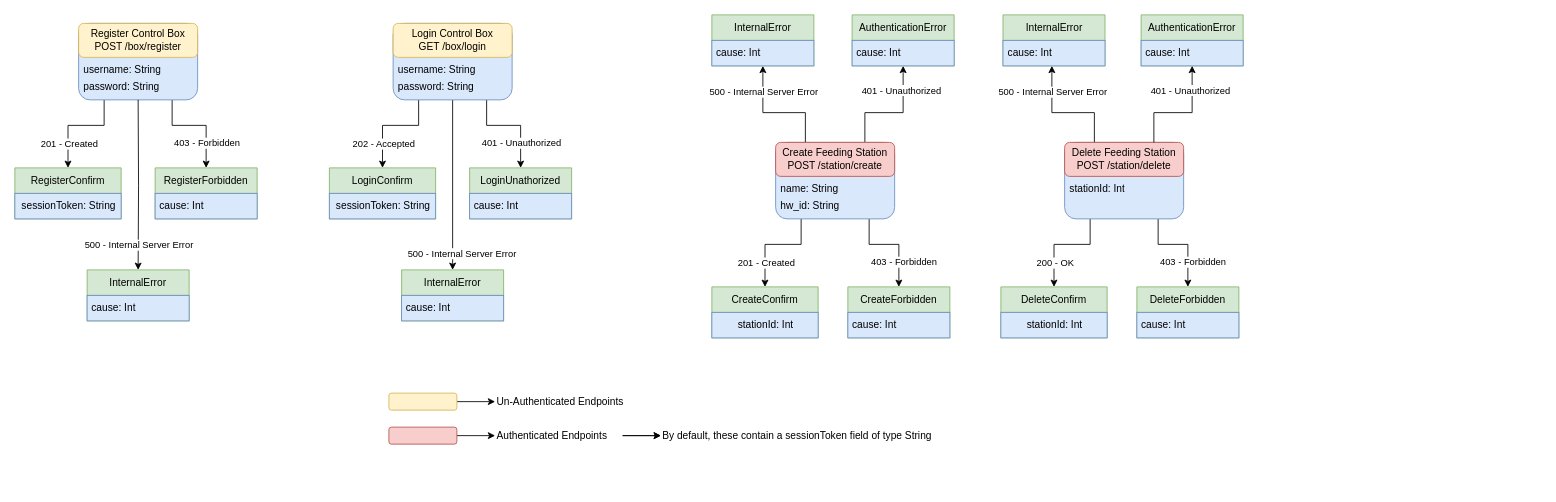
The draw.io diagram page "Page-2" (2 of 2) of Spec/Rest.drawio in Ner027/MooFeeder, before the edit. Source tidied: cells renumbered, new cells numbered last; positions are measured from the earlier drawing's top-left corner, leaving out a move shared by most shapes. Both pictures are drawn from the tidied source at 85%, with x=0, y=0 at pixel (14, 14).
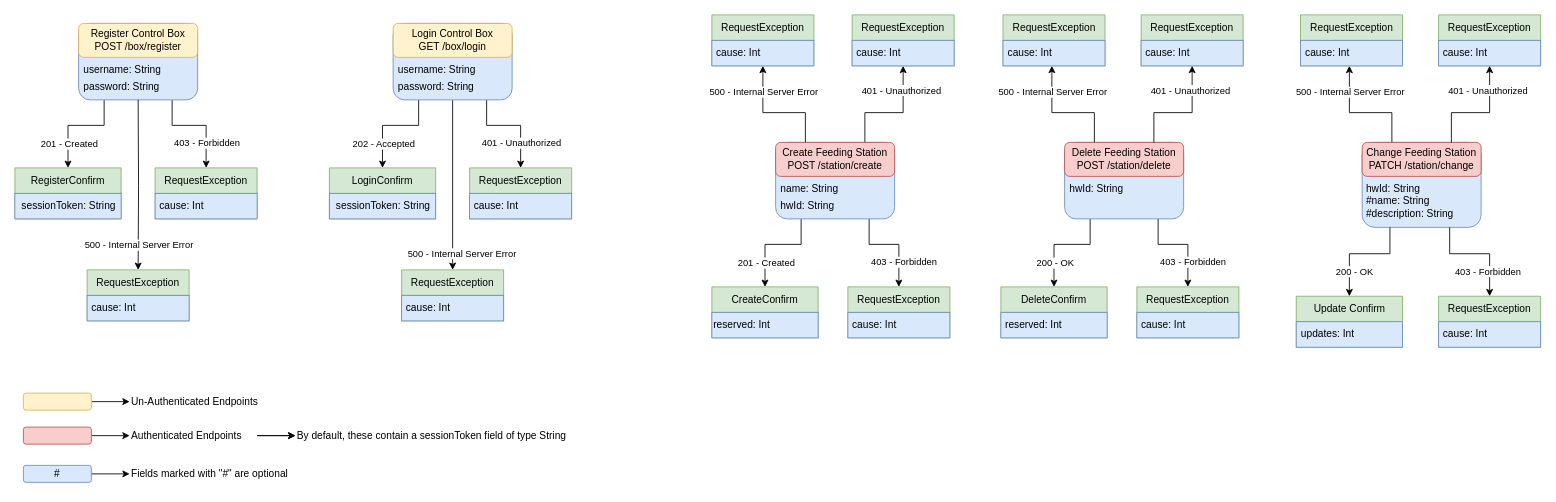
The same page after the edit.

Unchanged cells that the change refers to:
```xml
<mxCell id="33" value="CreateConfirm" style="swimlane;fontStyle=0;horizontal=1;startSize=30;whiteSpace=wrap;html=1;fillColor=#d5e8d4;strokeColor=#82b366;" parent="1" vertex="1">
  <mxGeometry x="820" y="320" width="125" height="60" as="geometry" />
</mxCell>
<mxCell id="54" value="DeleteConfirm" style="swimlane;fontStyle=0;horizontal=1;startSize=30;whiteSpace=wrap;html=1;fillColor=#d5e8d4;strokeColor=#82b366;" parent="1" vertex="1">
  <mxGeometry x="1160" y="320" width="125" height="60" as="geometry" />
</mxCell>
```

Change to the diagram source:
```diff
@@
-    <mxCell id="11" value="RegisterForbidden" style="swimlane;fontStyle=0;horizontal=1;startSize=30;whiteSpace=wrap;html=1;fillColor=#d5e8d4;strokeColor=#82b366;" parent="1" vertex="1">
+    <mxCell id="11" value="RequestException" style="swimlane;fontStyle=0;horizontal=1;startSize=30;whiteSpace=wrap;html=1;fillColor=#d5e8d4;strokeColor=#82b366;" parent="1" vertex="1">
       <mxGeometry x="165" y="180" width="120" height="60" as="geometry" />
     </mxCell>
@@
-    <mxCell id="24" value="LoginUnathorized" style="swimlane;fontStyle=0;horizontal=1;startSize=30;whiteSpace=wrap;html=1;fillColor=#d5e8d4;strokeColor=#82b366;" parent="1" vertex="1">
+    <mxCell id="24" value="RequestException" style="swimlane;fontStyle=0;horizontal=1;startSize=30;whiteSpace=wrap;html=1;fillColor=#d5e8d4;strokeColor=#82b366;" parent="1" vertex="1">
       <mxGeometry x="535" y="180" width="120" height="60" as="geometry" />
     </mxCell>
@@
-    <mxCell id="27" value="InternalError" style="swimlane;fontStyle=0;horizontal=1;startSize=30;whiteSpace=wrap;html=1;fillColor=#d5e8d4;strokeColor=#82b366;" parent="1" vertex="1">
+    <mxCell id="27" value="RequestException" style="swimlane;fontStyle=0;horizontal=1;startSize=30;whiteSpace=wrap;html=1;fillColor=#d5e8d4;strokeColor=#82b366;" parent="1" vertex="1">
       <mxGeometry x="455" y="300" width="120" height="60" as="geometry" />
     </mxCell>
@@
-    <mxCell id="31" value="InternalError" style="swimlane;fontStyle=0;horizontal=1;startSize=30;whiteSpace=wrap;html=1;fillColor=#d5e8d4;strokeColor=#82b366;" parent="1" vertex="1">
+    <mxCell id="31" value="RequestException" style="swimlane;fontStyle=0;horizontal=1;startSize=30;whiteSpace=wrap;html=1;fillColor=#d5e8d4;strokeColor=#82b366;" parent="1" vertex="1">
       <mxGeometry x="85" y="300" width="120" height="60" as="geometry" />
     </mxCell>
@@
-    <mxCell id="34" value="stationId: Int" style="text;html=1;align=center;verticalAlign=middle;strokeColor=#6c8ebf;fillColor=#dae8fc;" parent="33" vertex="1">
-      <mxGeometry y="30" width="125" height="30" as="geometry" />
-    </mxCell>
+    <mxCell id="82" value="reserved: Int" style="text;html=1;align=left;verticalAlign=middle;strokeColor=#6c8ebf;fillColor=#dae8fc;" parent="33" vertex="1">
+      <mxGeometry y="30" width="125" height="30" as="geometry" />
+    </mxCell>
@@
-    <mxCell id="45" value="hw_id: String" style="text;strokeColor=none;fillColor=none;align=left;verticalAlign=middle;spacingLeft=4;spacingRight=4;overflow=hidden;whiteSpace=wrap;html=1;" parent="1" vertex="1">
+    <mxCell id="45" value="hwId: String" style="text;strokeColor=none;fillColor=none;align=left;verticalAlign=middle;spacingLeft=4;spacingRight=4;overflow=hidden;whiteSpace=wrap;html=1;" parent="1" vertex="1">
       <mxGeometry x="895" y="210" width="120" height="30" as="geometry" />
     </mxCell>
-    <mxCell id="46" value="CreateForbidden" style="swimlane;fontStyle=0;horizontal=1;startSize=30;whiteSpace=wrap;html=1;fillColor=#d5e8d4;strokeColor=#82b366;" parent="1" vertex="1">
+    <mxCell id="46" value="RequestException" style="swimlane;fontStyle=0;horizontal=1;startSize=30;whiteSpace=wrap;html=1;fillColor=#d5e8d4;strokeColor=#82b366;" parent="1" vertex="1">
       <mxGeometry x="980" y="320" width="120" height="60" as="geometry" />
     </mxCell>
@@
-    <mxCell id="49" value="InternalError" style="swimlane;fontStyle=0;horizontal=1;startSize=30;whiteSpace=wrap;html=1;fillColor=#d5e8d4;strokeColor=#82b366;" parent="1" vertex="1">
+    <mxCell id="49" value="RequestException" style="swimlane;fontStyle=0;horizontal=1;startSize=30;whiteSpace=wrap;html=1;fillColor=#d5e8d4;strokeColor=#82b366;" parent="1" vertex="1">
       <mxGeometry x="820" width="120" height="60" as="geometry" />
     </mxCell>
@@
-    <mxCell id="51" value="AuthenticationError" style="swimlane;fontStyle=0;horizontal=1;startSize=30;whiteSpace=wrap;html=1;fillColor=#d5e8d4;strokeColor=#82b366;" parent="1" vertex="1">
+    <mxCell id="51" value="RequestException" style="swimlane;fontStyle=0;horizontal=1;startSize=30;whiteSpace=wrap;html=1;fillColor=#d5e8d4;strokeColor=#82b366;" parent="1" vertex="1">
       <mxGeometry x="985" width="120" height="60" as="geometry" />
     </mxCell>
@@
-    <mxCell id="55" value="stationId: Int" style="text;html=1;align=center;verticalAlign=middle;strokeColor=#6c8ebf;fillColor=#dae8fc;" parent="54" vertex="1">
+    <mxCell id="55" value="&amp;nbsp;reserved: Int" style="text;html=1;align=left;verticalAlign=middle;strokeColor=#6c8ebf;fillColor=#dae8fc;" parent="54" vertex="1">
       <mxGeometry y="30" width="125" height="30" as="geometry" />
     </mxCell>
@@
-    <mxCell id="63" value="stationId: Int" style="text;strokeColor=none;fillColor=none;align=left;verticalAlign=middle;spacingLeft=4;spacingRight=4;overflow=hidden;whiteSpace=wrap;html=1;" parent="1" vertex="1">
+    <mxCell id="63" value="hwId: String" style="text;strokeColor=none;fillColor=none;align=left;verticalAlign=middle;spacingLeft=4;spacingRight=4;overflow=hidden;whiteSpace=wrap;html=1;" parent="1" vertex="1">
       <mxGeometry x="1235" y="190" width="120" height="30" as="geometry" />
     </mxCell>
-    <mxCell id="64" value="DeleteForbidden" style="swimlane;fontStyle=0;horizontal=1;startSize=30;whiteSpace=wrap;html=1;fillColor=#d5e8d4;strokeColor=#82b366;" parent="1" vertex="1">
+    <mxCell id="64" value="RequestException" style="swimlane;fontStyle=0;horizontal=1;startSize=30;whiteSpace=wrap;html=1;fillColor=#d5e8d4;strokeColor=#82b366;" parent="1" vertex="1">
       <mxGeometry x="1320" y="320" width="120" height="60" as="geometry" />
     </mxCell>
@@
-    <mxCell id="67" value="InternalError" style="swimlane;fontStyle=0;horizontal=1;startSize=30;whiteSpace=wrap;html=1;fillColor=#d5e8d4;strokeColor=#82b366;" parent="1" vertex="1">
+    <mxCell id="67" value="RequestException" style="swimlane;fontStyle=0;horizontal=1;startSize=30;whiteSpace=wrap;html=1;fillColor=#d5e8d4;strokeColor=#82b366;" parent="1" vertex="1">
       <mxGeometry x="1162.5" width="120" height="60" as="geometry" />
     </mxCell>
@@
-    <mxCell id="69" value="AuthenticationError" style="swimlane;fontStyle=0;horizontal=1;startSize=30;whiteSpace=wrap;html=1;fillColor=#d5e8d4;strokeColor=#82b366;" parent="1" vertex="1">
+    <mxCell id="69" value="RequestException" style="swimlane;fontStyle=0;horizontal=1;startSize=30;whiteSpace=wrap;html=1;fillColor=#d5e8d4;strokeColor=#82b366;" parent="1" vertex="1">
       <mxGeometry x="1325" width="120" height="60" as="geometry" />
     </mxCell>
@@
     <mxCell id="74" style="rounded=1;whiteSpace=wrap;html=1;fillColor=#fff2cc;strokeColor=#d6b656;" parent="1" vertex="1">
-      <mxGeometry x="440" y="445" width="80" height="20" as="geometry" />
+      <mxGeometry x="10" y="445" width="80" height="20" as="geometry" />
     </mxCell>
@@
     <mxCell id="76" style="rounded=1;whiteSpace=wrap;html=1;fillColor=#f8cecc;strokeColor=#b85450;" parent="1" vertex="1">
-      <mxGeometry x="440" y="485" width="80" height="20" as="geometry" />
+      <mxGeometry x="10" y="485" width="80" height="20" as="geometry" />
     </mxCell>
     <mxCell id="77" value="Un-Authenticated Endpoints" style="text;html=1;align=left;verticalAlign=middle;points=[];strokeColor=none;fillColor=none;" parent="1" vertex="1">
-      <mxGeometry x="565" y="440" width="170" height="30" as="geometry" />
+      <mxGeometry x="135" y="440" width="170" height="30" as="geometry" />
     </mxCell>
@@
     <mxCell id="80" value="Authenticated Endpoints" style="text;html=1;align=left;verticalAlign=middle;points=[];strokeColor=none;fillColor=none;" parent="1" vertex="1">
-      <mxGeometry x="565" y="480" width="150" height="30" as="geometry" />
+      <mxGeometry x="135" y="480" width="150" height="30" as="geometry" />
     </mxCell>
     <mxCell id="81" value="By default, these contain a sessionToken field of type String" style="text;html=1;align=left;verticalAlign=middle;points=[];strokeColor=none;fillColor=none;" parent="1" vertex="1">
-      <mxGeometry x="760" y="480" width="340" height="30" as="geometry" />
+      <mxGeometry x="330" y="480" width="340" height="30" as="geometry" />
     </mxCell>
+    <mxCell id="83" style="rounded=1;whiteSpace=wrap;html=1;fillColor=#dae8fc;strokeColor=#6c8ebf;" parent="1" vertex="1">
+      <mxGeometry x="1585" y="150" width="140" height="100" as="geometry" />
+    </mxCell>
+    <mxCell id="84" style="edgeStyle=orthogonalEdgeStyle;rounded=0;jettySize=auto;html=1;" parent="1" edge="1" source="86" target="89">
+      <mxGeometry relative="1" as="geometry">
+        <Array as="points">
+          <mxPoint x="1620" y="115" />
+          <mxPoint x="1570" y="115" />
+        </Array>
+      </mxGeometry>
+    </mxCell>
+    <mxCell id="85" value="500 - Internal Server Error" style="edgeLabel;html=1;align=center;verticalAlign=middle;" parent="84" vertex="1">
+      <mxGeometry x="0.54" relative="1" as="geometry">
+        <mxPoint y="-2" as="offset" />
+      </mxGeometry>
+    </mxCell>
+    <mxCell id="86" value="Change Feeding Station&lt;br&gt;PATCH /station/change" style="rounded=1;whiteSpace=wrap;html=1;fillColor=#f8cecc;strokeColor=#b85450;" parent="1" vertex="1">
+      <mxGeometry x="1585" y="150" width="140" height="40" as="geometry" />
+    </mxCell>
+    <mxCell id="87" value="hwId: String&lt;br&gt;#name: String&lt;br&gt;#description: String" style="text;strokeColor=none;fillColor=none;align=left;verticalAlign=middle;spacingLeft=4;spacingRight=4;overflow=hidden;points=[[0,0.5],[1,0.5]];portConstraint=eastwest;whiteSpace=wrap;html=1;" parent="1" vertex="1">
+      <mxGeometry x="1584" y="186" width="143" height="65" as="geometry" />
+    </mxCell>
+    <mxCell id="88" value="RequestException" style="swimlane;fontStyle=0;horizontal=1;startSize=30;whiteSpace=wrap;html=1;fillColor=#d5e8d4;strokeColor=#82b366;" parent="1" vertex="1">
+      <mxGeometry x="1512.5" width="120" height="60" as="geometry" />
+    </mxCell>
+    <mxCell id="89" value="&amp;nbsp;cause: Int" style="text;html=1;align=left;verticalAlign=middle;points=[];strokeColor=#6c8ebf;fillColor=#dae8fc;" parent="88" vertex="1">
+      <mxGeometry y="30" width="120" height="30" as="geometry" />
+    </mxCell>
+    <mxCell id="90" value="RequestException" style="swimlane;fontStyle=0;horizontal=1;startSize=30;whiteSpace=wrap;html=1;fillColor=#d5e8d4;strokeColor=#82b366;" parent="1" vertex="1">
+      <mxGeometry x="1675" width="120" height="60" as="geometry" />
+    </mxCell>
+    <mxCell id="91" value="&amp;nbsp;cause: Int" style="text;html=1;align=left;verticalAlign=middle;strokeColor=#6c8ebf;fillColor=#dae8fc;" parent="90" vertex="1">
+      <mxGeometry y="30" width="120" height="30" as="geometry" />
+    </mxCell>
+    <mxCell id="92" style="edgeStyle=orthogonalEdgeStyle;rounded=0;orthogonalLoop=1;jettySize=auto;html=1;" parent="1" edge="1">
+      <mxGeometry relative="1" as="geometry">
+        <mxPoint x="1690" y="150" as="sourcePoint" />
+        <mxPoint x="1735" y="60" as="targetPoint" />
+        <Array as="points">
+          <mxPoint x="1690" y="115" />
+          <mxPoint x="1735" y="115" />
+        </Array>
+      </mxGeometry>
+    </mxCell>
+    <mxCell id="93" value="401 - Unauthorized" style="edgeLabel;html=1;align=center;verticalAlign=middle;" parent="92" vertex="1">
+      <mxGeometry x="0.59" y="3" relative="1" as="geometry" />
+    </mxCell>
+    <mxCell id="94" value="Update Confirm" style="swimlane;fontStyle=0;horizontal=1;startSize=30;whiteSpace=wrap;html=1;fillColor=#d5e8d4;strokeColor=#82b366;" parent="1" vertex="1">
+      <mxGeometry x="1507.5" y="331" width="125" height="60" as="geometry" />
+    </mxCell>
+    <mxCell id="95" value="&amp;nbsp;updates: Int" style="text;html=1;align=left;verticalAlign=middle;strokeColor=#6c8ebf;fillColor=#dae8fc;" parent="94" vertex="1">
+      <mxGeometry y="30" width="125" height="30" as="geometry" />
+    </mxCell>
+    <mxCell id="96" style="edgeStyle=orthogonalEdgeStyle;rounded=0;jettySize=auto;html=1;entryX=0.5;entryY=0;entryDx=0;entryDy=0;exitX=0.236;exitY=0.983;exitDx=0;exitDy=0;exitPerimeter=0;" parent="1" edge="1" source="87" target="94">
+      <mxGeometry relative="1" as="geometry">
+        <Array as="points">
+          <mxPoint x="1618" y="281" />
+          <mxPoint x="1570" y="281" />
+        </Array>
+      </mxGeometry>
+    </mxCell>
+    <mxCell id="97" value="200 - OK" style="edgeLabel;html=1;align=center;verticalAlign=middle;" parent="96" vertex="1">
+      <mxGeometry x="-0.68" relative="1" as="geometry">
+        <mxPoint x="-42" y="31" as="offset" />
+      </mxGeometry>
+    </mxCell>
+    <mxCell id="98" style="edgeStyle=orthogonalEdgeStyle;rounded=0;jettySize=auto;html=1;entryX=0.5;entryY=0;entryDx=0;entryDy=0;" parent="1" edge="1" target="99">
+      <mxGeometry relative="1" as="geometry">
+        <mxPoint x="1688" y="250" as="sourcePoint" />
+        <Array as="points">
+          <mxPoint x="1688" y="281" />
+          <mxPoint x="1735" y="281" />
+        </Array>
+      </mxGeometry>
+    </mxCell>
+    <mxCell id="99" value="RequestException" style="swimlane;fontStyle=0;horizontal=1;startSize=30;whiteSpace=wrap;html=1;fillColor=#d5e8d4;strokeColor=#82b366;" parent="1" vertex="1">
+      <mxGeometry x="1675" y="331" width="120" height="60" as="geometry" />
+    </mxCell>
+    <mxCell id="100" value="&amp;nbsp;cause: Int" style="text;html=1;align=left;verticalAlign=middle;strokeColor=#6c8ebf;fillColor=#dae8fc;" parent="99" vertex="1">
+      <mxGeometry y="30" width="120" height="30" as="geometry" />
+    </mxCell>
+    <mxCell id="101" value="403 - Forbidden" style="edgeLabel;html=1;align=center;verticalAlign=middle;" parent="1" vertex="1">
+      <mxGeometry x="1732.5" y="301" as="geometry" />
+    </mxCell>
+    <mxCell id="102" style="edgeStyle=orthogonalEdgeStyle;rounded=0;jettySize=auto;html=1;" parent="1" edge="1" source="103" target="104">
+      <mxGeometry relative="1" as="geometry" />
+    </mxCell>
+    <mxCell id="103" value="#" style="rounded=1;whiteSpace=wrap;html=1;fillColor=#dae8fc;strokeColor=#6c8ebf;" parent="1" vertex="1">
+      <mxGeometry x="10" y="530" width="80" height="20" as="geometry" />
+    </mxCell>
+    <mxCell id="104" value="Fields marked with &quot;#&quot; are optional" style="text;html=1;align=left;verticalAlign=middle;points=[];strokeColor=none;fillColor=none;" parent="1" vertex="1">
+      <mxGeometry x="135" y="525" width="210" height="30" as="geometry" />
+    </mxCell>
```
